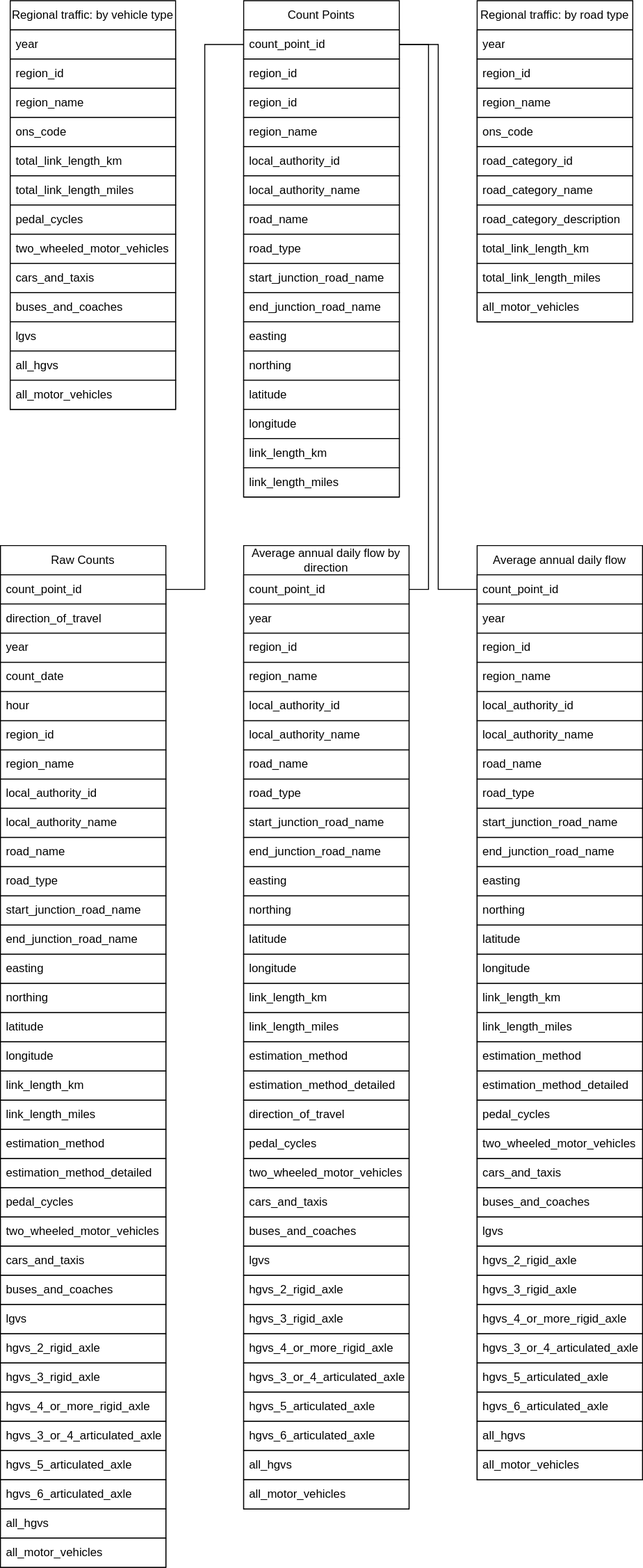
Earlier version of the draw.io export IDS/Assest/TrafficSchema.drawio.svg (MCollins87/MSC_EnterpriseIT). Source tidied: cells renumbered, new cells last; positions are measured from the earlier drawing's top-left corner, leaving out a move shared by most shapes.
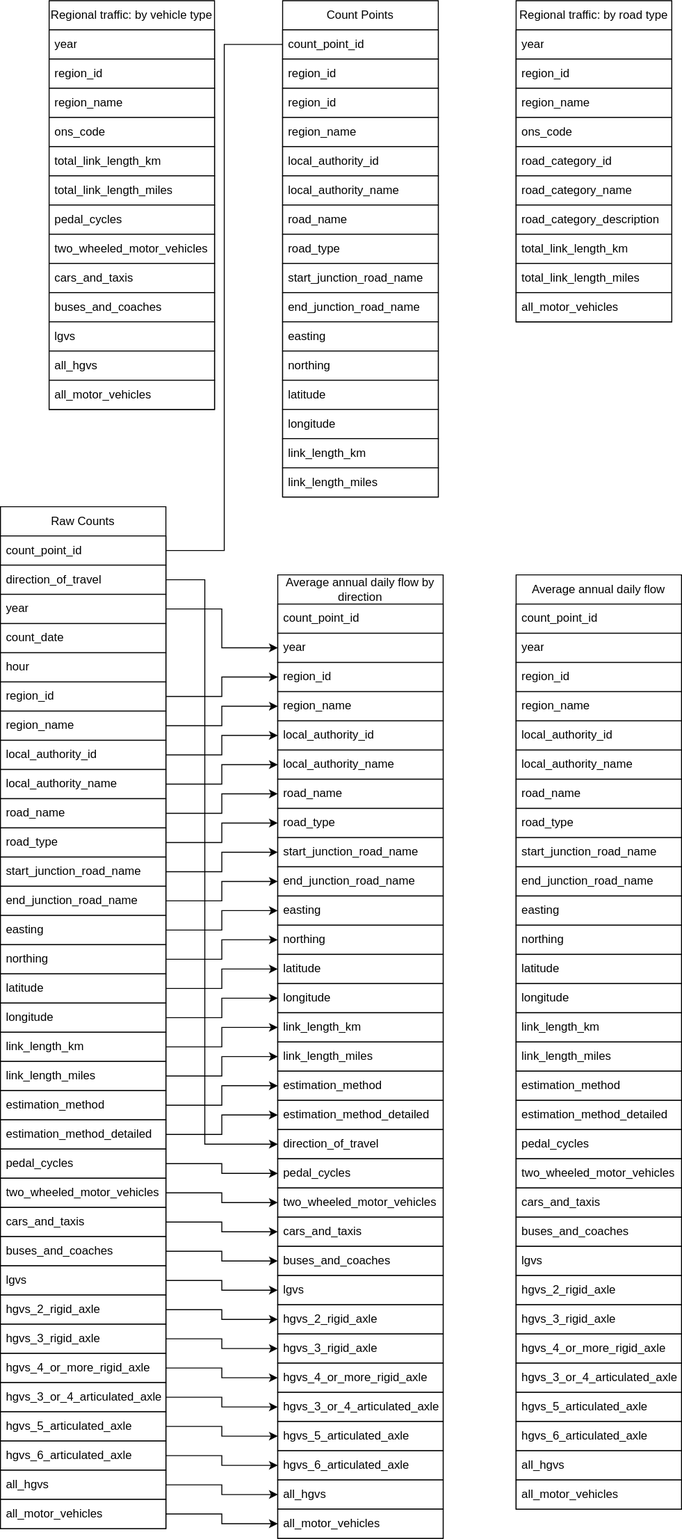
After the change.

What changed in the source:
```diff
@@ -129,7 +129,7 @@
       <mxGeometry y="300" width="160" height="30" as="geometry" />
     </mxCell>
     <mxCell id="44" value="Average annual daily flow" style="swimlane;fontStyle=0;horizontal=1;startSize=30;whiteSpace=wrap;html=1;fillColor=default;strokeColor=default;" parent="1" vertex="1">
-      <mxGeometry x="490" y="560" width="170" height="960" as="geometry" />
+      <mxGeometry x="490" y="590" width="170" height="960" as="geometry" />
     </mxCell>
     <mxCell id="45" value="count_point_id" style="text;align=left;verticalAlign=middle;spacingLeft=4;spacingRight=4;overflow=hidden;points=[[0,0.5],[1,0.5]];portConstraint=eastwest;whiteSpace=wrap;html=1;fillColor=default;strokeColor=default;" parent="44" vertex="1">
       <mxGeometry y="30" width="170" height="30" as="geometry" />
@@ -225,7 +225,7 @@
       <mxGeometry y="930" width="170" height="30" as="geometry" />
     </mxCell>
     <mxCell id="76" value="Average annual daily flow by direction" style="swimlane;fontStyle=0;horizontal=1;startSize=30;whiteSpace=wrap;html=1;fillColor=default;strokeColor=default;" parent="1" vertex="1">
-      <mxGeometry x="250" y="560" width="170" height="990" as="geometry" />
+      <mxGeometry x="245" y="590" width="170" height="990" as="geometry" />
     </mxCell>
     <mxCell id="77" value="count_point_id" style="text;align=left;verticalAlign=middle;spacingLeft=4;spacingRight=4;overflow=hidden;points=[[0,0.5],[1,0.5]];portConstraint=eastwest;whiteSpace=wrap;html=1;fillColor=default;strokeColor=default;" parent="76" vertex="1">
       <mxGeometry y="30" width="170" height="30" as="geometry" />
@@ -323,8 +323,14 @@
     <mxCell id="108" value="all_motor_vehicles" style="text;align=left;verticalAlign=middle;spacingLeft=4;spacingRight=4;overflow=hidden;points=[[0,0.5],[1,0.5]];portConstraint=eastwest;whiteSpace=wrap;html=1;fillColor=default;strokeColor=default;" parent="76" vertex="1">
       <mxGeometry y="960" width="170" height="30" as="geometry" />
     </mxCell>
+    <mxCell id="147" style="edgeStyle=orthogonalEdgeStyle;rounded=0;jettySize=auto;html=1;exitX=1;exitY=0.5;exitDx=0;exitDy=0;entryX=0;entryY=0.5;entryDx=0;entryDy=0;" parent="1" edge="1" source="109" target="90">
+      <mxGeometry relative="1" as="geometry" />
+    </mxCell>
+    <mxCell id="148" style="edgeStyle=orthogonalEdgeStyle;rounded=0;jettySize=auto;html=1;exitX=1;exitY=0.5;exitDx=0;exitDy=0;entryX=0;entryY=0.5;entryDx=0;entryDy=0;" parent="1" edge="1" source="135" target="100">
+      <mxGeometry relative="1" as="geometry" />
+    </mxCell>
     <mxCell id="109" value="Raw Counts" style="swimlane;fontStyle=0;horizontal=1;startSize=30;whiteSpace=wrap;html=1;fillColor=default;strokeColor=default;" parent="1" vertex="1">
-      <mxGeometry y="560" width="170" height="1050" as="geometry" />
+      <mxGeometry x="-40" y="520" width="170" height="1050" as="geometry" />
     </mxCell>
     <mxCell id="110" value="count_point_id" style="text;align=left;verticalAlign=middle;spacingLeft=4;spacingRight=4;overflow=hidden;points=[[0,0.5],[1,0.5]];portConstraint=eastwest;whiteSpace=wrap;html=1;fillColor=default;strokeColor=default;" parent="109" vertex="1">
       <mxGeometry y="30" width="170" height="30" as="geometry" />
@@ -431,11 +437,97 @@
     <mxCell id="144" style="edgeStyle=orthogonalEdgeStyle;rounded=0;jettySize=auto;html=1;exitX=1;exitY=0.5;exitDx=0;exitDy=0;entryX=0;entryY=0.5;entryDx=0;entryDy=0;endArrow=none;startFill=0;" parent="1" edge="1" source="110" target="3">
       <mxGeometry relative="1" as="geometry" />
     </mxCell>
-    <mxCell id="145" style="edgeStyle=orthogonalEdgeStyle;rounded=0;jettySize=auto;html=1;exitX=1;exitY=0.5;exitDx=0;exitDy=0;entryX=1;entryY=0.5;entryDx=0;entryDy=0;endArrow=none;startFill=0;" parent="1" edge="1" source="3" target="77">
-      <mxGeometry relative="1" as="geometry" />
-    </mxCell>
-    <mxCell id="146" style="edgeStyle=orthogonalEdgeStyle;rounded=0;jettySize=auto;html=1;exitX=1;exitY=0.5;exitDx=0;exitDy=0;entryX=0;entryY=0.5;entryDx=0;entryDy=0;endArrow=none;startFill=0;" parent="1" edge="1" source="3" target="45">
-      <mxGeometry relative="1" as="geometry" />
-    </mxCell>
+    <mxCell id="149" style="edgeStyle=orthogonalEdgeStyle;rounded=0;jettySize=auto;html=1;exitX=1;exitY=0.5;exitDx=0;exitDy=0;entryX=0;entryY=0.5;entryDx=0;entryDy=0;" parent="1" edge="1" source="122" target="86">
+      <mxGeometry relative="1" as="geometry" />
+    </mxCell>
+    <mxCell id="150" style="edgeStyle=orthogonalEdgeStyle;rounded=0;jettySize=auto;html=1;exitX=1;exitY=0.5;exitDx=0;exitDy=0;entryX=0;entryY=0.5;entryDx=0;entryDy=0;" parent="1" edge="1" source="123" target="87">
+      <mxGeometry relative="1" as="geometry" />
+    </mxCell>
+    <mxCell id="151" style="edgeStyle=orthogonalEdgeStyle;rounded=0;jettySize=auto;html=1;exitX=1;exitY=0.5;exitDx=0;exitDy=0;entryX=0;entryY=0.5;entryDx=0;entryDy=0;" parent="1" edge="1" source="124" target="88">
+      <mxGeometry relative="1" as="geometry" />
+    </mxCell>
+    <mxCell id="152" style="edgeStyle=orthogonalEdgeStyle;rounded=0;jettySize=auto;html=1;exitX=1;exitY=0.5;exitDx=0;exitDy=0;entryX=0;entryY=0.5;entryDx=0;entryDy=0;" parent="1" edge="1" source="125" target="89">
+      <mxGeometry relative="1" as="geometry" />
+    </mxCell>
+    <mxCell id="153" style="edgeStyle=orthogonalEdgeStyle;rounded=0;jettySize=auto;html=1;exitX=1;exitY=0.5;exitDx=0;exitDy=0;entryX=0;entryY=0.5;entryDx=0;entryDy=0;" parent="1" edge="1" source="127" target="91">
+      <mxGeometry relative="1" as="geometry" />
+    </mxCell>
+    <mxCell id="154" style="edgeStyle=orthogonalEdgeStyle;rounded=0;jettySize=auto;html=1;exitX=1;exitY=0.5;exitDx=0;exitDy=0;entryX=0;entryY=0.5;entryDx=0;entryDy=0;" parent="1" edge="1" source="128" target="92">
+      <mxGeometry relative="1" as="geometry" />
+    </mxCell>
+    <mxCell id="155" style="edgeStyle=orthogonalEdgeStyle;rounded=0;jettySize=auto;html=1;exitX=1;exitY=0.5;exitDx=0;exitDy=0;entryX=0;entryY=0.5;entryDx=0;entryDy=0;" parent="1" edge="1" source="129" target="93">
+      <mxGeometry relative="1" as="geometry" />
+    </mxCell>
+    <mxCell id="156" style="edgeStyle=orthogonalEdgeStyle;rounded=0;jettySize=auto;html=1;exitX=1;exitY=0.5;exitDx=0;exitDy=0;entryX=0;entryY=0.5;entryDx=0;entryDy=0;" parent="1" edge="1" source="130" target="94">
+      <mxGeometry relative="1" as="geometry" />
+    </mxCell>
+    <mxCell id="157" style="edgeStyle=orthogonalEdgeStyle;rounded=0;jettySize=auto;html=1;exitX=1;exitY=0.5;exitDx=0;exitDy=0;entryX=0;entryY=0.5;entryDx=0;entryDy=0;" parent="1" edge="1" source="131" target="96">
+      <mxGeometry relative="1" as="geometry" />
+    </mxCell>
+    <mxCell id="158" style="edgeStyle=orthogonalEdgeStyle;rounded=0;jettySize=auto;html=1;exitX=1;exitY=0.5;exitDx=0;exitDy=0;entryX=0;entryY=0.5;entryDx=0;entryDy=0;" parent="1" edge="1" source="132" target="97">
+      <mxGeometry relative="1" as="geometry" />
+    </mxCell>
+    <mxCell id="159" style="edgeStyle=orthogonalEdgeStyle;rounded=0;jettySize=auto;html=1;exitX=1;exitY=0.5;exitDx=0;exitDy=0;" parent="1" edge="1" source="133" target="98">
+      <mxGeometry relative="1" as="geometry" />
+    </mxCell>
+    <mxCell id="160" style="edgeStyle=orthogonalEdgeStyle;rounded=0;jettySize=auto;html=1;entryX=0;entryY=0.5;entryDx=0;entryDy=0;" parent="1" edge="1" source="134" target="99">
+      <mxGeometry relative="1" as="geometry" />
+    </mxCell>
+    <mxCell id="161" style="edgeStyle=orthogonalEdgeStyle;rounded=0;jettySize=auto;html=1;exitX=1;exitY=0.5;exitDx=0;exitDy=0;entryX=0;entryY=0.5;entryDx=0;entryDy=0;" parent="1" edge="1" source="136" target="101">
+      <mxGeometry relative="1" as="geometry" />
+    </mxCell>
+    <mxCell id="162" style="edgeStyle=orthogonalEdgeStyle;rounded=0;jettySize=auto;html=1;exitX=1;exitY=0.5;exitDx=0;exitDy=0;entryX=0;entryY=0.5;entryDx=0;entryDy=0;" parent="1" edge="1" source="137" target="102">
+      <mxGeometry relative="1" as="geometry" />
+    </mxCell>
+    <mxCell id="163" style="edgeStyle=orthogonalEdgeStyle;rounded=0;jettySize=auto;html=1;exitX=1;exitY=0.5;exitDx=0;exitDy=0;entryX=0;entryY=0.5;entryDx=0;entryDy=0;" parent="1" edge="1" source="138" target="103">
+      <mxGeometry relative="1" as="geometry" />
+    </mxCell>
+    <mxCell id="164" style="edgeStyle=orthogonalEdgeStyle;rounded=0;jettySize=auto;html=1;exitX=1;exitY=0.5;exitDx=0;exitDy=0;entryX=0;entryY=0.5;entryDx=0;entryDy=0;" parent="1" edge="1" source="139" target="104">
+      <mxGeometry relative="1" as="geometry" />
+    </mxCell>
+    <mxCell id="165" style="edgeStyle=orthogonalEdgeStyle;rounded=0;jettySize=auto;html=1;exitX=1;exitY=0.5;exitDx=0;exitDy=0;entryX=0;entryY=0.5;entryDx=0;entryDy=0;" parent="1" edge="1" source="140" target="105">
+      <mxGeometry relative="1" as="geometry" />
+    </mxCell>
+    <mxCell id="166" style="edgeStyle=orthogonalEdgeStyle;rounded=0;jettySize=auto;html=1;exitX=1;exitY=0.5;exitDx=0;exitDy=0;entryX=0;entryY=0.5;entryDx=0;entryDy=0;" parent="1" edge="1" source="141" target="106">
+      <mxGeometry relative="1" as="geometry" />
+    </mxCell>
+    <mxCell id="167" style="edgeStyle=orthogonalEdgeStyle;rounded=0;jettySize=auto;html=1;exitX=1;exitY=0.5;exitDx=0;exitDy=0;entryX=0;entryY=0.5;entryDx=0;entryDy=0;" parent="1" edge="1" source="142" target="107">
+      <mxGeometry relative="1" as="geometry" />
+    </mxCell>
+    <mxCell id="168" style="edgeStyle=orthogonalEdgeStyle;rounded=0;jettySize=auto;html=1;exitX=1;exitY=0.5;exitDx=0;exitDy=0;entryX=0;entryY=0.5;entryDx=0;entryDy=0;" parent="1" edge="1" source="143" target="108">
+      <mxGeometry relative="1" as="geometry" />
+    </mxCell>
+    <mxCell id="169" style="edgeStyle=orthogonalEdgeStyle;rounded=0;jettySize=auto;html=1;exitX=1;exitY=0.5;exitDx=0;exitDy=0;entryX=0;entryY=0.5;entryDx=0;entryDy=0;" parent="1" edge="1" source="111" target="95">
+      <mxGeometry relative="1" as="geometry">
+        <Array as="points">
+          <mxPoint x="170" y="595" />
+          <mxPoint x="170" y="1175" />
+        </Array>
+      </mxGeometry>
+    </mxCell>
+    <mxCell id="170" style="edgeStyle=orthogonalEdgeStyle;rounded=0;jettySize=auto;html=1;exitX=1;exitY=0.5;exitDx=0;exitDy=0;entryX=0;entryY=0.5;entryDx=0;entryDy=0;" parent="1" edge="1" source="112" target="78">
+      <mxGeometry relative="1" as="geometry" />
+    </mxCell>
+    <mxCell id="171" style="edgeStyle=orthogonalEdgeStyle;rounded=0;jettySize=auto;html=1;exitX=1;exitY=0.5;exitDx=0;exitDy=0;entryX=0;entryY=0.5;entryDx=0;entryDy=0;" parent="1" edge="1" source="115" target="79">
+      <mxGeometry relative="1" as="geometry" />
+    </mxCell>
+    <mxCell id="172" style="edgeStyle=orthogonalEdgeStyle;rounded=0;jettySize=auto;html=1;exitX=1;exitY=0.5;exitDx=0;exitDy=0;entryX=0;entryY=0.5;entryDx=0;entryDy=0;" parent="1" edge="1" source="116" target="80">
+      <mxGeometry relative="1" as="geometry" />
+    </mxCell>
+    <mxCell id="173" style="edgeStyle=orthogonalEdgeStyle;rounded=0;jettySize=auto;html=1;exitX=1;exitY=0.5;exitDx=0;exitDy=0;entryX=0;entryY=0.5;entryDx=0;entryDy=0;" parent="1" edge="1" source="117" target="81">
+      <mxGeometry relative="1" as="geometry" />
+    </mxCell>
+    <mxCell id="174" style="edgeStyle=orthogonalEdgeStyle;rounded=0;jettySize=auto;html=1;exitX=1;exitY=0.5;exitDx=0;exitDy=0;entryX=0;entryY=0.5;entryDx=0;entryDy=0;" parent="1" edge="1" source="118" target="82">
+      <mxGeometry relative="1" as="geometry" />
+    </mxCell>
+    <mxCell id="175" style="edgeStyle=orthogonalEdgeStyle;rounded=0;jettySize=auto;html=1;exitX=1;exitY=0.5;exitDx=0;exitDy=0;entryX=0;entryY=0.5;entryDx=0;entryDy=0;" parent="1" edge="1" source="119" target="83">
+      <mxGeometry relative="1" as="geometry" />
+    </mxCell>
+    <mxCell id="176" style="edgeStyle=orthogonalEdgeStyle;rounded=0;jettySize=auto;html=1;exitX=1;exitY=0.5;exitDx=0;exitDy=0;entryX=0;entryY=0.5;entryDx=0;entryDy=0;" parent="1" edge="1" source="120" target="84">
+      <mxGeometry relative="1" as="geometry" />
+    </mxCell>
+    <mxCell id="177" style="edgeStyle=orthogonalEdgeStyle;rounded=0;jettySize=auto;html=1;exitX=1;exitY=0.5;exitDx=0;exitDy=0;entryX=0;entryY=0.5;entryDx=0;entryDy=0;" parent="1" edge="1" source="121" target="85">
+      <mxGeometry relative="1" as="geometry" />
+    </mxCell>
   </root>
 </mxGraphModel>
```
